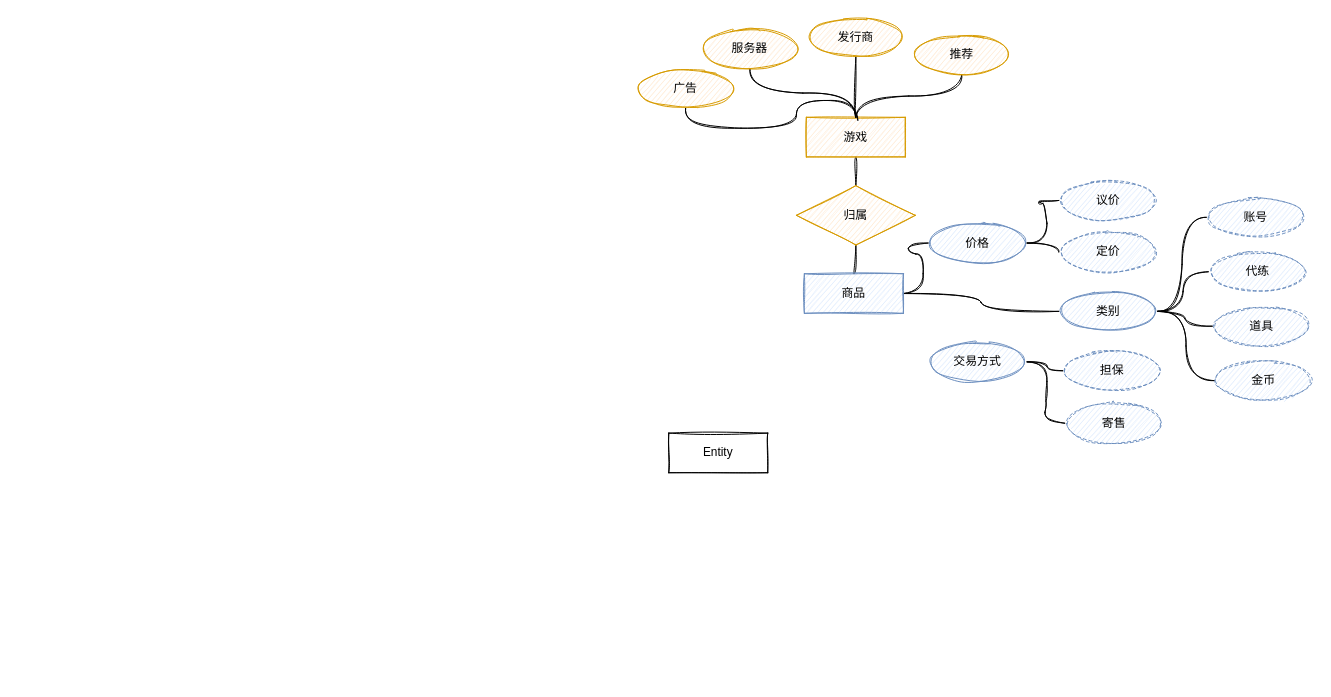
Earlier version of the draw.io diagram ali03.drawio (chenyz/EGOTableViewPullRefresh). Source tidied: cells renumbered, new cells numbered last; positions are measured from the earlier drawing's top-left corner, leaving out a move shared by most shapes. Both pictures are drawn from the tidied source at 99%, with x=0, y=0 at pixel (636, 17).
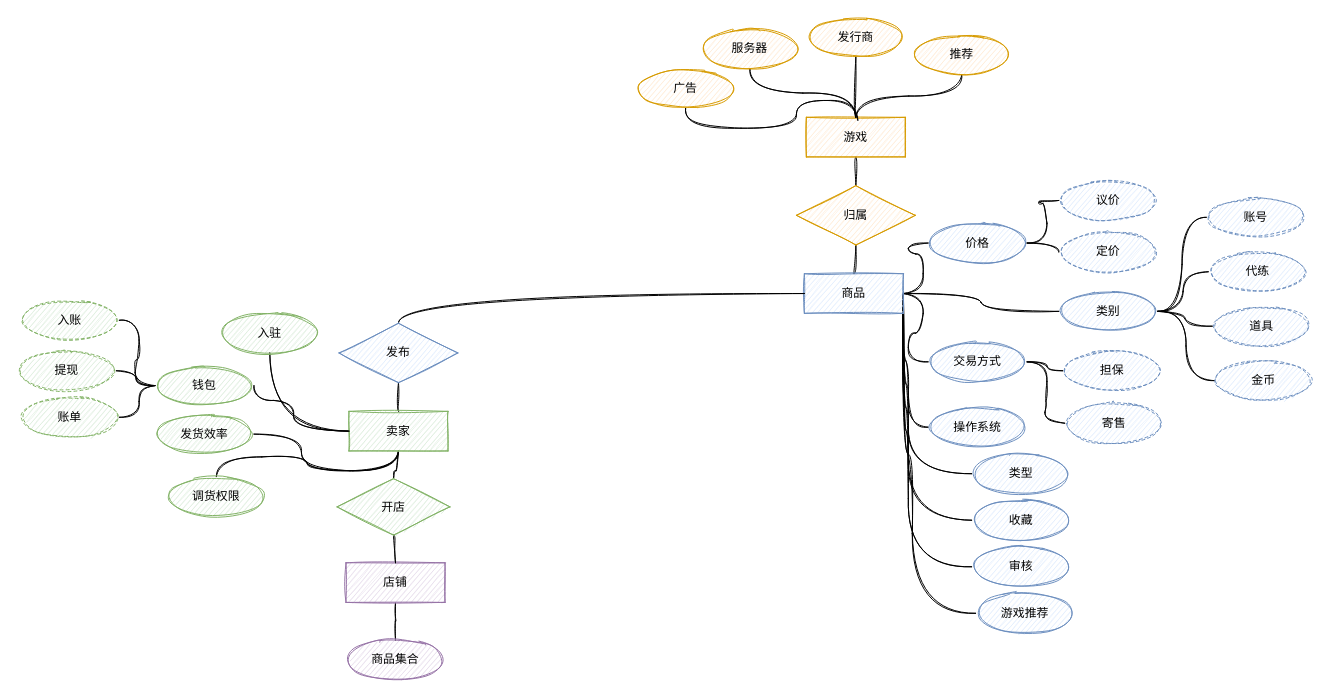
The same page after the edit.

Unchanged cells that the change refers to:
```xml
<mxCell id="15" value="商品" style="whiteSpace=wrap;html=1;align=center;sketch=1;fillColor=#dae8fc;strokeColor=#6c8ebf;" parent="1" vertex="1">
  <mxGeometry x="170" y="259" width="100" height="40" as="geometry" />
</mxCell>
<mxCell id="33" value="交易方式" style="ellipse;whiteSpace=wrap;html=1;align=center;sketch=1;fillColor=#dae8fc;strokeColor=#6c8ebf;" parent="1" vertex="1">
  <mxGeometry x="295" y="328" width="100" height="40" as="geometry" />
</mxCell>
```

Change to the diagram source:
```diff
@@
+    <mxCell id="37" style="edgeStyle=orthogonalEdgeStyle;curved=1;rounded=0;sketch=1;jettySize=auto;html=1;exitX=1;exitY=0.5;exitDx=0;exitDy=0;entryX=0;entryY=0.5;entryDx=0;entryDy=0;endArrow=none;endFill=0;" parent="1" edge="1" source="15" target="33">
+      <mxGeometry relative="1" as="geometry" />
+    </mxCell>
+    <mxCell id="38" style="edgeStyle=orthogonalEdgeStyle;curved=1;rounded=0;sketch=1;jettySize=auto;html=1;exitX=1;exitY=0.5;exitDx=0;exitDy=0;entryX=0;entryY=0.5;entryDx=0;entryDy=0;endArrow=none;endFill=0;" parent="1" edge="1" source="15" target="50">
+      <mxGeometry relative="1" as="geometry">
+        <Array as="points">
+          <mxPoint x="270" y="347" />
+          <mxPoint x="275" y="347" />
+          <mxPoint x="275" y="414" />
+        </Array>
+      </mxGeometry>
+    </mxCell>
+    <mxCell id="39" style="edgeStyle=orthogonalEdgeStyle;curved=1;rounded=0;sketch=1;jettySize=auto;html=1;exitX=1;exitY=0.5;exitDx=0;exitDy=0;entryX=0;entryY=0.5;entryDx=0;entryDy=0;endArrow=none;endFill=0;" parent="1" edge="1" source="15" target="51">
+      <mxGeometry relative="1" as="geometry">
+        <Array as="points">
+          <mxPoint x="270" y="370" />
+          <mxPoint x="275" y="370" />
+          <mxPoint x="275" y="461" />
+        </Array>
+      </mxGeometry>
+    </mxCell>
+    <mxCell id="40" style="edgeStyle=orthogonalEdgeStyle;curved=1;rounded=0;sketch=1;jettySize=auto;html=1;exitX=1;exitY=0.5;exitDx=0;exitDy=0;entryX=0;entryY=0.5;entryDx=0;entryDy=0;endArrow=none;endFill=0;" parent="1" edge="1" source="15" target="52">
+      <mxGeometry relative="1" as="geometry">
+        <Array as="points">
+          <mxPoint x="270" y="394" />
+          <mxPoint x="275" y="394" />
+          <mxPoint x="275" y="508" />
+        </Array>
+      </mxGeometry>
+    </mxCell>
+    <mxCell id="41" style="edgeStyle=orthogonalEdgeStyle;curved=1;rounded=0;sketch=1;jettySize=auto;html=1;exitX=1;exitY=0.5;exitDx=0;exitDy=0;entryX=0;entryY=0.5;entryDx=0;entryDy=0;endArrow=none;endFill=0;" parent="1" edge="1" source="15" target="53">
+      <mxGeometry relative="1" as="geometry">
+        <Array as="points">
+          <mxPoint x="270" y="417" />
+          <mxPoint x="275" y="417" />
+          <mxPoint x="275" y="555" />
+        </Array>
+      </mxGeometry>
+    </mxCell>
+    <mxCell id="42" style="edgeStyle=orthogonalEdgeStyle;curved=1;rounded=0;sketch=1;jettySize=auto;html=1;exitX=1;exitY=0.5;exitDx=0;exitDy=0;entryX=0;entryY=0.5;entryDx=0;entryDy=0;endArrow=none;endFill=0;" parent="1" edge="1" source="15" target="54">
+      <mxGeometry relative="1" as="geometry">
+        <Array as="points">
+          <mxPoint x="270" y="441" />
+          <mxPoint x="279" y="441" />
+          <mxPoint x="279" y="602" />
+        </Array>
+      </mxGeometry>
+    </mxCell>
@@
+    <mxCell id="43" style="edgeStyle=orthogonalEdgeStyle;curved=1;rounded=0;sketch=1;jettySize=auto;html=1;exitX=0.5;exitY=0;exitDx=0;exitDy=0;entryX=0.5;entryY=1;entryDx=0;entryDy=0;endArrow=none;endFill=0;" parent="1" edge="1" source="36" target="49">
+      <mxGeometry relative="1" as="geometry" />
+    </mxCell>
+    <mxCell id="44" style="edgeStyle=orthogonalEdgeStyle;curved=1;rounded=0;sketch=1;jettySize=auto;html=1;exitX=0;exitY=0.5;exitDx=0;exitDy=0;endArrow=none;endFill=0;" parent="1" edge="1" source="36" target="55">
+      <mxGeometry relative="1" as="geometry" />
+    </mxCell>
+    <mxCell id="45" style="edgeStyle=orthogonalEdgeStyle;curved=1;rounded=0;sketch=1;jettySize=auto;html=1;exitX=0.5;exitY=1;exitDx=0;exitDy=0;endArrow=none;endFill=0;" parent="1" edge="1" source="36" target="58">
+      <mxGeometry relative="1" as="geometry" />
+    </mxCell>
+    <mxCell id="46" style="edgeStyle=orthogonalEdgeStyle;curved=1;rounded=0;sketch=1;jettySize=auto;html=1;exitX=0.5;exitY=1;exitDx=0;exitDy=0;endArrow=none;endFill=0;" parent="1" edge="1" source="36" target="59">
+      <mxGeometry relative="1" as="geometry" />
+    </mxCell>
+    <mxCell id="47" style="edgeStyle=orthogonalEdgeStyle;curved=1;rounded=0;sketch=1;jettySize=auto;html=1;exitX=0.5;exitY=1;exitDx=0;exitDy=0;endArrow=none;endFill=0;" parent="1" edge="1" source="36" target="69">
+      <mxGeometry relative="1" as="geometry" />
+    </mxCell>
-    <mxCell id="36" value="Entity" style="whiteSpace=wrap;html=1;align=center;sketch=1;" parent="1" vertex="1">
-      <mxGeometry x="33" y="420" width="100" height="40" as="geometry" />
+    <mxCell id="36" value="卖家" style="whiteSpace=wrap;html=1;align=center;sketch=1;fillColor=#d5e8d4;strokeColor=#82b366;" parent="1" vertex="1">
+      <mxGeometry x="-290" y="398" width="100" height="40" as="geometry" />
     </mxCell>
+    <mxCell id="48" style="edgeStyle=orthogonalEdgeStyle;curved=1;rounded=0;sketch=1;jettySize=auto;html=1;exitX=0.5;exitY=0;exitDx=0;exitDy=0;entryX=0;entryY=0.5;entryDx=0;entryDy=0;endArrow=none;endFill=0;" parent="1" edge="1" source="49" target="15">
+      <mxGeometry relative="1" as="geometry" />
+    </mxCell>
+    <mxCell id="49" value="发布" style="shape=rhombus;perimeter=rhombusPerimeter;whiteSpace=wrap;html=1;align=center;sketch=1;fillColor=#dae8fc;strokeColor=#6c8ebf;" parent="1" vertex="1">
+      <mxGeometry x="-300" y="309" width="120" height="60" as="geometry" />
+    </mxCell>
+    <mxCell id="50" value="操作系统" style="ellipse;whiteSpace=wrap;html=1;align=center;sketch=1;fillColor=#dae8fc;strokeColor=#6c8ebf;" parent="1" vertex="1">
+      <mxGeometry x="295" y="394" width="100" height="40" as="geometry" />
+    </mxCell>
+    <mxCell id="51" value="类型" style="ellipse;whiteSpace=wrap;html=1;align=center;sketch=1;fillColor=#dae8fc;strokeColor=#6c8ebf;" parent="1" vertex="1">
+      <mxGeometry x="339" y="441" width="100" height="40" as="geometry" />
+    </mxCell>
+    <mxCell id="52" value="收藏" style="ellipse;whiteSpace=wrap;html=1;align=center;sketch=1;fillColor=#dae8fc;strokeColor=#6c8ebf;" parent="1" vertex="1">
+      <mxGeometry x="339" y="488" width="100" height="40" as="geometry" />
+    </mxCell>
+    <mxCell id="53" value="审核" style="ellipse;whiteSpace=wrap;html=1;align=center;sketch=1;fillColor=#dae8fc;strokeColor=#6c8ebf;" parent="1" vertex="1">
+      <mxGeometry x="339" y="535" width="100" height="40" as="geometry" />
+    </mxCell>
+    <mxCell id="54" value="游戏推荐" style="ellipse;whiteSpace=wrap;html=1;align=center;sketch=1;fillColor=#dae8fc;strokeColor=#6c8ebf;" parent="1" vertex="1">
+      <mxGeometry x="343" y="582" width="100" height="40" as="geometry" />
+    </mxCell>
+    <mxCell id="55" value="入驻" style="ellipse;whiteSpace=wrap;html=1;align=center;sketch=1;fillColor=#d5e8d4;strokeColor=#82b366;" parent="1" vertex="1">
+      <mxGeometry x="-420" y="299" width="100" height="40" as="geometry" />
+    </mxCell>
+    <mxCell id="56" style="edgeStyle=orthogonalEdgeStyle;curved=1;rounded=0;sketch=1;jettySize=auto;html=1;exitX=1;exitY=0.5;exitDx=0;exitDy=0;entryX=0;entryY=0.5;entryDx=0;entryDy=0;endArrow=none;endFill=0;" parent="1" edge="1" source="57" target="36">
+      <mxGeometry relative="1" as="geometry">
+        <Array as="points">
+          <mxPoint x="-386" y="387" />
+          <mxPoint x="-346" y="387" />
+          <mxPoint x="-346" y="418" />
+        </Array>
+      </mxGeometry>
+    </mxCell>
+    <mxCell id="57" value="钱包" style="ellipse;whiteSpace=wrap;html=1;align=center;sketch=1;fillColor=#d5e8d4;strokeColor=#82b366;" parent="1" vertex="1">
+      <mxGeometry x="-486" y="352" width="100" height="40" as="geometry" />
+    </mxCell>
+    <mxCell id="58" value="发货效率" style="ellipse;whiteSpace=wrap;html=1;align=center;sketch=1;fillColor=#d5e8d4;strokeColor=#82b366;" parent="1" vertex="1">
+      <mxGeometry x="-486" y="401" width="100" height="40" as="geometry" />
+    </mxCell>
+    <mxCell id="59" value="调货权限" style="ellipse;whiteSpace=wrap;html=1;align=center;sketch=1;fillColor=#d5e8d4;strokeColor=#82b366;" parent="1" vertex="1">
+      <mxGeometry x="-474" y="464" width="100" height="40" as="geometry" />
+    </mxCell>
+    <mxCell id="60" style="edgeStyle=orthogonalEdgeStyle;curved=1;rounded=0;sketch=1;jettySize=auto;html=1;exitX=1;exitY=0.5;exitDx=0;exitDy=0;entryX=0;entryY=0.5;entryDx=0;entryDy=0;endArrow=none;endFill=0;" parent="1" edge="1" source="61" target="57">
+      <mxGeometry relative="1" as="geometry" />
+    </mxCell>
+    <mxCell id="61" value="入账" style="ellipse;whiteSpace=wrap;html=1;align=center;dashed=1;sketch=1;fillColor=#d5e8d4;strokeColor=#82b366;" parent="1" vertex="1">
+      <mxGeometry x="-622" y="286" width="100" height="40" as="geometry" />
+    </mxCell>
+    <mxCell id="62" style="edgeStyle=orthogonalEdgeStyle;curved=1;rounded=0;sketch=1;jettySize=auto;html=1;exitX=1;exitY=0.5;exitDx=0;exitDy=0;endArrow=none;endFill=0;" parent="1" edge="1" source="63" target="57">
+      <mxGeometry relative="1" as="geometry" />
+    </mxCell>
+    <mxCell id="63" value="提现" style="ellipse;whiteSpace=wrap;html=1;align=center;dashed=1;sketch=1;fillColor=#d5e8d4;strokeColor=#82b366;" parent="1" vertex="1">
+      <mxGeometry x="-625" y="337" width="100" height="40" as="geometry" />
+    </mxCell>
+    <mxCell id="64" style="edgeStyle=orthogonalEdgeStyle;curved=1;rounded=0;sketch=1;jettySize=auto;html=1;exitX=1;exitY=0.5;exitDx=0;exitDy=0;entryX=0;entryY=0.5;entryDx=0;entryDy=0;endArrow=none;endFill=0;" parent="1" edge="1" source="65" target="57">
+      <mxGeometry relative="1" as="geometry" />
+    </mxCell>
+    <mxCell id="65" value="账单" style="ellipse;whiteSpace=wrap;html=1;align=center;dashed=1;sketch=1;fillColor=#d5e8d4;strokeColor=#82b366;" parent="1" vertex="1">
+      <mxGeometry x="-622" y="384" width="100" height="40" as="geometry" />
+    </mxCell>
+    <mxCell id="66" style="edgeStyle=orthogonalEdgeStyle;curved=1;rounded=0;sketch=1;jettySize=auto;html=1;exitX=0.5;exitY=1;exitDx=0;exitDy=0;endArrow=none;endFill=0;" parent="1" edge="1" source="67" target="70">
+      <mxGeometry relative="1" as="geometry" />
+    </mxCell>
+    <mxCell id="67" value="店铺" style="whiteSpace=wrap;html=1;align=center;sketch=1;fillColor=#e1d5e7;strokeColor=#9673a6;" parent="1" vertex="1">
+      <mxGeometry x="-293" y="551" width="100" height="40" as="geometry" />
+    </mxCell>
+    <mxCell id="68" style="edgeStyle=orthogonalEdgeStyle;curved=1;rounded=0;sketch=1;jettySize=auto;html=1;exitX=0.5;exitY=1;exitDx=0;exitDy=0;entryX=0.5;entryY=0;entryDx=0;entryDy=0;endArrow=none;endFill=0;" parent="1" edge="1" source="69" target="67">
+      <mxGeometry relative="1" as="geometry" />
+    </mxCell>
+    <mxCell id="69" value="开店" style="shape=rhombus;perimeter=rhombusPerimeter;whiteSpace=wrap;html=1;align=center;sketch=1;fillColor=#d5e8d4;strokeColor=#82b366;" parent="1" vertex="1">
+      <mxGeometry x="-302" y="466" width="114" height="57" as="geometry" />
+    </mxCell>
+    <mxCell id="70" value="商品集合" style="ellipse;whiteSpace=wrap;html=1;align=center;sketch=1;fillColor=#e1d5e7;strokeColor=#9673a6;" parent="1" vertex="1">
+      <mxGeometry x="-293" y="629" width="100" height="40" as="geometry" />
+    </mxCell>
```
